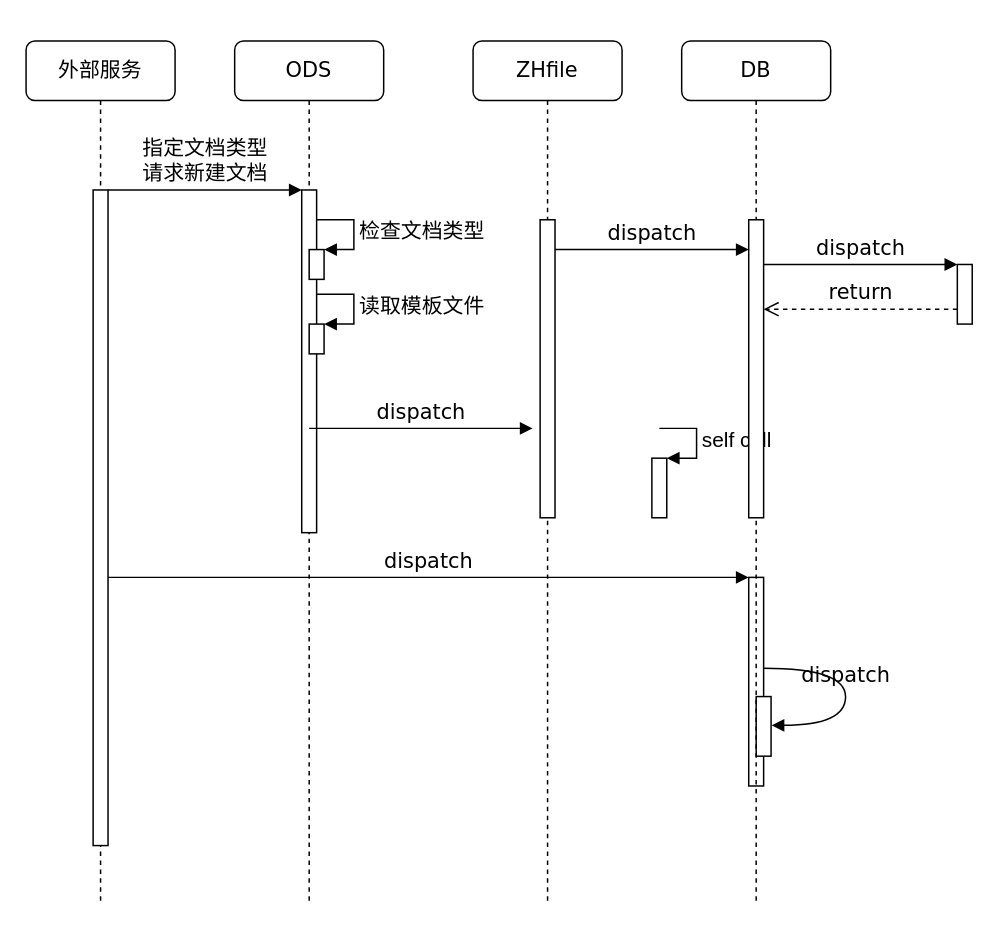
waterwatermelon/graph keeps this draw.io diagram as page "新建文档" (1 of 2) of ODS.drawio. Above is the earlier version. Source tidied: cells renumbered, new cells numbered last; positions are measured from the earlier drawing's top-left corner, leaving out a move shared by most shapes. Both pictures are drawn from the tidied source at 149%, with x=0, y=0 at pixel (25, 40).
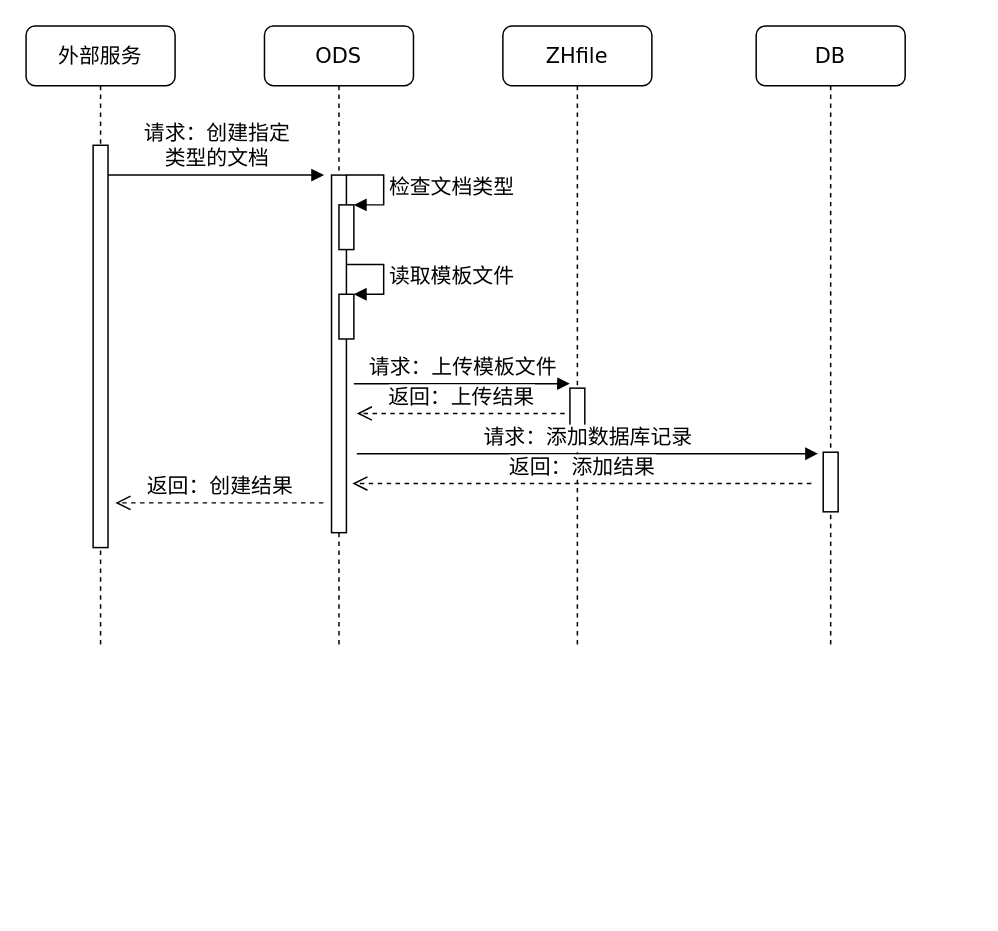
After the change.

Diff of the diagram source:
```diff
@@
+    <mxCell id="6" value="ZHfile" style="shape=umlLifeline;perimeter=lifelinePerimeter;whiteSpace=wrap;html=1;rounded=1;shadow=0;comic=0;labelBackgroundColor=none;strokeWidth=1;fontFamily=Verdana;fontSize=14;align=center;" parent="1" vertex="1">
+      <mxGeometry x="320" y="-10" width="100" height="415" as="geometry" />
+    </mxCell>
+    <mxCell id="26" style="html=1;perimeter=orthogonalPerimeter;fontSize=14;" parent="6" vertex="1">
+      <mxGeometry x="45" y="243" width="10" height="30" as="geometry" />
+    </mxCell>
+    <mxCell id="8" value="外部服务" style="shape=umlLifeline;perimeter=lifelinePerimeter;whiteSpace=wrap;html=1;rounded=1;shadow=0;comic=0;labelBackgroundColor=none;strokeWidth=1;fontFamily=Verdana;fontSize=14;align=center;" parent="1" vertex="1">
+      <mxGeometry y="-10" width="100" height="415" as="geometry" />
+    </mxCell>
+    <mxCell id="22" value="DB" style="shape=umlLifeline;perimeter=lifelinePerimeter;whiteSpace=wrap;html=1;rounded=1;shadow=0;comic=0;labelBackgroundColor=none;strokeWidth=1;fontFamily=Verdana;fontSize=14;align=center;" parent="1" vertex="1">
+      <mxGeometry x="490" y="-10" width="100" height="415" as="geometry" />
+    </mxCell>
+    <mxCell id="27" style="html=1;perimeter=orthogonalPerimeter;fontSize=14;" parent="22" vertex="1">
+      <mxGeometry x="45" y="286" width="10" height="40" as="geometry" />
+    </mxCell>
     <mxCell id="2" value="ODS" style="shape=umlLifeline;perimeter=lifelinePerimeter;whiteSpace=wrap;html=1;rounded=1;shadow=0;comic=0;labelBackgroundColor=none;strokeWidth=1;fontFamily=Verdana;fontSize=14;align=center;" parent="1" vertex="1">
-      <mxGeometry x="140" width="100" height="580" as="geometry" />
+      <mxGeometry x="160" y="-10" width="100" height="415" as="geometry" />
     </mxCell>
-    <mxCell id="3" style="html=1;points=[];perimeter=orthogonalPerimeter;rounded=0;shadow=0;comic=0;labelBackgroundColor=none;strokeWidth=1;fontFamily=Verdana;fontSize=14;align=center;" parent="2" vertex="1">
-      <mxGeometry x="45" y="100" width="10" height="230" as="geometry" />
-    </mxCell>
-    <mxCell id="4" style="html=1;points=[];perimeter=orthogonalPerimeter;fontSize=14;" parent="2" vertex="1">
-      <mxGeometry x="50" y="140" width="10" height="20" as="geometry" />
-    </mxCell>
+    <mxCell id="28" style="html=1;perimeter=orthogonalPerimeter;fontSize=14;" parent="2" vertex="1">
+      <mxGeometry x="45" y="100" width="10" height="240" as="geometry" />
+    </mxCell>
+    <mxCell id="29" style="html=1;perimeter=orthogonalPerimeter;fontSize=14;" parent="1" vertex="1">
+      <mxGeometry x="45" y="70" width="10" height="270" as="geometry" />
+    </mxCell>
+    <mxCell id="30" value="请求：创建指定&lt;br&gt;类型的文档" style="html=1;verticalAlign=bottom;endArrow=block;fontSize=14;" parent="1" edge="1">
+      <mxGeometry relative="1" as="geometry">
+        <mxPoint x="55" y="90" as="sourcePoint" />
+        <mxPoint x="200" y="90" as="targetPoint" />
+      </mxGeometry>
+    </mxCell>
+    <mxCell id="31" style="html=1;points=[];perimeter=orthogonalPerimeter;fontSize=14;" parent="1" vertex="1">
+      <mxGeometry x="210" y="110" width="10" height="30" as="geometry" />
+    </mxCell>
-    <mxCell id="5" value="检查文档类型" style="edgeStyle=orthogonalEdgeStyle;html=1;align=left;spacingLeft=2;endArrow=block;rounded=0;entryX=1;entryY=0;fontSize=14;" parent="2" edge="1" target="4">
+    <mxCell id="5" value="检查文档类型" style="edgeStyle=orthogonalEdgeStyle;html=1;align=left;spacingLeft=2;endArrow=block;rounded=0;entryX=1;entryY=0;fontSize=14;" parent="1" edge="1" target="31">
       <mxGeometry relative="1" as="geometry">
-        <mxPoint x="55" y="120" as="sourcePoint" />
+        <mxPoint x="215" y="90" as="sourcePoint" />
         <Array as="points">
-          <mxPoint x="80" y="120" />
-          <mxPoint x="80" y="140" />
+          <mxPoint x="240" y="90" />
         </Array>
       </mxGeometry>
     </mxCell>
-    <mxCell id="6" value="ZHfile" style="shape=umlLifeline;perimeter=lifelinePerimeter;whiteSpace=wrap;html=1;rounded=1;shadow=0;comic=0;labelBackgroundColor=none;strokeWidth=1;fontFamily=Verdana;fontSize=14;align=center;" parent="1" vertex="1">
-      <mxGeometry x="300" width="100" height="580" as="geometry" />
-    </mxCell>
-    <mxCell id="7" style="html=1;points=[];perimeter=orthogonalPerimeter;rounded=0;shadow=0;comic=0;labelBackgroundColor=none;strokeWidth=1;fontFamily=Verdana;fontSize=14;align=center;" parent="6" vertex="1">
-      <mxGeometry x="45" y="120" width="10" height="200" as="geometry" />
-    </mxCell>
-    <mxCell id="8" value="外部服务" style="shape=umlLifeline;perimeter=lifelinePerimeter;whiteSpace=wrap;html=1;rounded=1;shadow=0;comic=0;labelBackgroundColor=none;strokeWidth=1;fontFamily=Verdana;fontSize=14;align=center;" parent="1" vertex="1">
-      <mxGeometry width="100" height="580" as="geometry" />
-    </mxCell>
-    <mxCell id="9" style="html=1;points=[];perimeter=orthogonalPerimeter;rounded=0;shadow=0;comic=0;labelBackgroundColor=none;strokeWidth=1;fontFamily=Verdana;fontSize=14;align=center;" parent="8" vertex="1">
-      <mxGeometry x="45" y="100" width="10" height="440" as="geometry" />
-    </mxCell>
-    <mxCell id="10" value="dispatch" style="html=1;verticalAlign=bottom;endArrow=block;labelBackgroundColor=none;fontFamily=Verdana;fontSize=14;edgeStyle=elbowEdgeStyle;elbow=vertical;" parent="1" edge="1" source="7">
-      <mxGeometry relative="1" as="geometry">
-        <mxPoint x="485" y="140" as="targetPoint" />
-        <Array as="points">
-          <mxPoint x="360" y="140" />
-        </Array>
-      </mxGeometry>
-    </mxCell>
-    <mxCell id="11" style="html=1;points=[];perimeter=orthogonalPerimeter;rounded=0;shadow=0;comic=0;labelBackgroundColor=none;strokeWidth=1;fontFamily=Verdana;fontSize=14;align=center;" parent="1" vertex="1">
-      <mxGeometry x="625" y="150" width="10" height="40" as="geometry" />
-    </mxCell>
-    <mxCell id="12" value="dispatch" style="html=1;verticalAlign=bottom;endArrow=block;entryX=0;entryY=0;labelBackgroundColor=none;fontFamily=Verdana;fontSize=14;edgeStyle=elbowEdgeStyle;elbow=vertical;" parent="1" edge="1" target="11">
-      <mxGeometry relative="1" as="geometry">
-        <mxPoint x="495" y="150" as="sourcePoint" />
-      </mxGeometry>
-    </mxCell>
-    <mxCell id="13" value="return" style="html=1;verticalAlign=bottom;endArrow=open;dashed=1;endSize=8;labelBackgroundColor=none;fontFamily=Verdana;fontSize=14;edgeStyle=elbowEdgeStyle;elbow=vertical;" parent="1" edge="1" source="11">
-      <mxGeometry relative="1" as="geometry">
-        <mxPoint x="495" y="180" as="targetPoint" />
-        <Array as="points">
-          <mxPoint x="570" y="180" />
-          <mxPoint x="600" y="180" />
-        </Array>
-      </mxGeometry>
-    </mxCell>
-    <mxCell id="14" style="html=1;points=[];perimeter=orthogonalPerimeter;rounded=0;shadow=0;comic=0;labelBackgroundColor=none;strokeWidth=1;fontFamily=Verdana;fontSize=14;align=center;" parent="1" vertex="1">
-      <mxGeometry x="485" y="360" width="10" height="140" as="geometry" />
-    </mxCell>
-    <mxCell id="15" value="dispatch" style="html=1;verticalAlign=bottom;endArrow=block;entryX=0;entryY=0;labelBackgroundColor=none;fontFamily=Verdana;fontSize=14;" parent="1" edge="1" source="9" target="14">
-      <mxGeometry relative="1" as="geometry" />
-    </mxCell>
-    <mxCell id="16" value="指定文档类型&lt;br style=&quot;font-size: 14px;&quot;&gt;请求新建文档" style="html=1;verticalAlign=bottom;endArrow=block;entryX=0;entryY=0;labelBackgroundColor=none;fontFamily=Verdana;fontSize=14;edgeStyle=elbowEdgeStyle;elbow=vertical;" parent="1" edge="1" source="9" target="3">
-      <mxGeometry relative="1" as="geometry" />
-    </mxCell>
-    <mxCell id="17" value="dispatch" style="html=1;verticalAlign=bottom;endArrow=block;entryX=0;entryY=0;labelBackgroundColor=none;fontFamily=Verdana;fontSize=14;edgeStyle=elbowEdgeStyle;elbow=vertical;" parent="1" edge="1">
-      <mxGeometry relative="1" as="geometry">
-        <mxPoint x="190" y="260" as="sourcePoint" />
-        <mxPoint x="340" y="260" as="targetPoint" />
-      </mxGeometry>
-    </mxCell>
-    <mxCell id="18" style="html=1;perimeter=orthogonalPerimeter;rounded=0;shadow=0;comic=0;labelBackgroundColor=none;strokeWidth=1;fontFamily=Verdana;fontSize=14;align=center;" parent="1" vertex="1">
-      <mxGeometry x="490" y="440" width="10" height="40" as="geometry" />
-    </mxCell>
-    <mxCell id="19" value="dispatch" style="html=1;verticalAlign=bottom;endArrow=block;labelBackgroundColor=none;fontFamily=Verdana;fontSize=14;elbow=vertical;edgeStyle=orthogonalEdgeStyle;curved=1;entryX=1;entryY=0.286;entryPerimeter=0;exitX=1.038;exitY=0.345;exitPerimeter=0;" parent="1" edge="1">
-      <mxGeometry relative="1" as="geometry">
-        <mxPoint x="495.3" y="421" as="sourcePoint" />
-        <mxPoint x="500.3" y="459.3" as="targetPoint" />
-        <Array as="points">
-          <mxPoint x="550" y="421" />
-          <mxPoint x="550" y="459" />
-        </Array>
-      </mxGeometry>
-    </mxCell>
-    <mxCell id="20" style="html=1;points=[];perimeter=orthogonalPerimeter;fontSize=14;" parent="1" vertex="1">
-      <mxGeometry x="420" y="280" width="10" height="40" as="geometry" />
-    </mxCell>
-    <mxCell id="21" value="self call" style="edgeStyle=orthogonalEdgeStyle;html=1;align=left;spacingLeft=2;endArrow=block;rounded=0;entryX=1;entryY=0;fontSize=14;" parent="1" edge="1" target="20">
-      <mxGeometry relative="1" as="geometry">
-        <mxPoint x="425" y="260" as="sourcePoint" />
-        <Array as="points">
-          <mxPoint x="450" y="260" />
-        </Array>
-      </mxGeometry>
-    </mxCell>
-    <mxCell id="22" value="DB" style="shape=umlLifeline;perimeter=lifelinePerimeter;whiteSpace=wrap;html=1;rounded=1;shadow=0;comic=0;labelBackgroundColor=none;strokeWidth=1;fontFamily=Verdana;fontSize=14;align=center;" parent="1" vertex="1">
-      <mxGeometry x="440" width="100" height="580" as="geometry" />
-    </mxCell>
-    <mxCell id="23" style="html=1;perimeter=orthogonalPerimeter;rounded=0;shadow=0;comic=0;labelBackgroundColor=none;strokeWidth=1;fontFamily=Verdana;fontSize=14;align=center;" parent="22" vertex="1">
-      <mxGeometry x="45" y="120" width="10" height="200" as="geometry" />
-    </mxCell>
-    <mxCell id="24" style="html=1;points=[];perimeter=orthogonalPerimeter;fontSize=14;" parent="1" vertex="1">
-      <mxGeometry x="190" y="190" width="10" height="20" as="geometry" />
-    </mxCell>
+    <mxCell id="32" style="html=1;points=[];perimeter=orthogonalPerimeter;fontSize=14;" parent="1" vertex="1">
+      <mxGeometry x="210" y="170" width="10" height="30" as="geometry" />
+    </mxCell>
-    <mxCell id="25" value="读取模板文件" style="edgeStyle=orthogonalEdgeStyle;html=1;align=left;spacingLeft=2;endArrow=block;rounded=0;entryX=1;entryY=0;fontSize=14;" parent="1" edge="1" target="24">
+    <mxCell id="25" value="读取模板文件" style="edgeStyle=orthogonalEdgeStyle;html=1;align=left;spacingLeft=2;endArrow=block;rounded=0;entryX=1;entryY=0;fontSize=14;" parent="1" edge="1" target="32">
       <mxGeometry relative="1" as="geometry">
-        <mxPoint x="195" y="170" as="sourcePoint" />
+        <mxPoint x="215" y="150" as="sourcePoint" />
         <Array as="points">
-          <mxPoint x="220" y="170" />
-          <mxPoint x="220" y="190" />
+          <mxPoint x="240" y="150" />
         </Array>
       </mxGeometry>
     </mxCell>
+    <mxCell id="33" value="请求：上传模板文件" style="html=1;verticalAlign=bottom;endArrow=block;fontSize=14;" parent="1" edge="1">
+      <mxGeometry relative="1" as="geometry">
+        <mxPoint x="220" y="230" as="sourcePoint" />
+        <mxPoint x="365" y="230" as="targetPoint" />
+      </mxGeometry>
+    </mxCell>
+    <mxCell id="34" value="返回：上传结果" style="html=1;verticalAlign=bottom;endArrow=open;dashed=1;endSize=8;fontSize=14;" parent="1" edge="1">
+      <mxGeometry relative="1" as="geometry">
+        <mxPoint x="361.5" y="250" as="sourcePoint" />
+        <mxPoint x="222" y="250" as="targetPoint" />
+      </mxGeometry>
+    </mxCell>
+    <mxCell id="35" value="请求：添加数据库记录" style="html=1;verticalAlign=bottom;endArrow=block;fontSize=14;" parent="1" edge="1">
+      <mxGeometry relative="1" as="geometry">
+        <mxPoint x="222" y="277" as="sourcePoint" />
+        <mxPoint x="531.5" y="277" as="targetPoint" />
+      </mxGeometry>
+    </mxCell>
+    <mxCell id="36" value="返回：添加结果" style="html=1;verticalAlign=bottom;endArrow=open;dashed=1;endSize=8;fontSize=14;" parent="1" edge="1">
+      <mxGeometry relative="1" as="geometry">
+        <mxPoint x="527" y="297" as="sourcePoint" />
+        <mxPoint x="219" y="297" as="targetPoint" />
+      </mxGeometry>
+    </mxCell>
+    <mxCell id="37" value="返回：创建结果" style="html=1;verticalAlign=bottom;endArrow=open;dashed=1;endSize=8;fontSize=14;" parent="1" edge="1">
+      <mxGeometry relative="1" as="geometry">
+        <mxPoint x="199.5" y="310" as="sourcePoint" />
+        <mxPoint x="60" y="310" as="targetPoint" />
+      </mxGeometry>
+    </mxCell>
```
